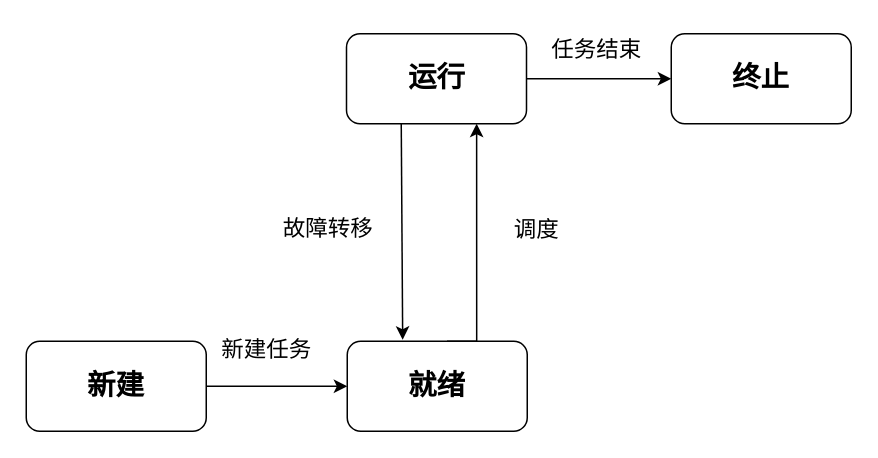
Above: 任务状态图.drawio in tianshengdiwangK/common (draw.io), before the change. Source tidied: cells renumbered, new cells numbered last; positions are measured from the earlier drawing's top-left corner, leaving out a move shared by most shapes. Both pictures are drawn from the tidied source at 150%, with x=0, y=0 at pixel (26, 26).
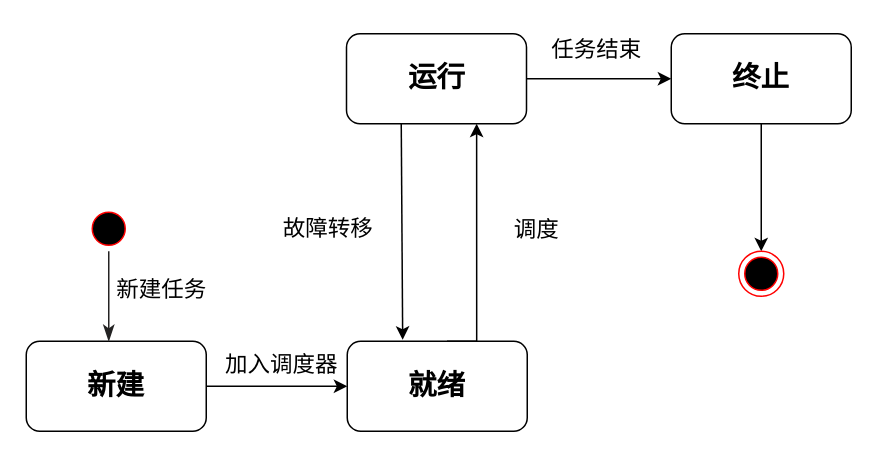
The same diagram, later.

Commit message:
更新任务状态图.drawio

Unchanged cells that the change refers to:
```xml
<mxCell id="8" value="&lt;b&gt;&lt;font style=&quot;font-size: 19px;&quot;&gt;终止&lt;/font&gt;&lt;/b&gt;" style="rounded=1;whiteSpace=wrap;html=1;" parent="1" vertex="1">
  <mxGeometry x="430" y="5" width="120" height="60" as="geometry" />
</mxCell>
```

The edit, as a diff of the source:
```diff
@@
+    <mxCell id="14" style="edgeStyle=orthogonalEdgeStyle;rounded=0;jettySize=auto;html=1;entryX=0.5;entryY=0;entryDx=0;entryDy=0;" parent="1" edge="1" source="8" target="17">
+      <mxGeometry relative="1" as="geometry" />
+    </mxCell>
@@
     <mxCell id="13" value="新建任务" style="text;html=1;align=center;verticalAlign=middle;strokeColor=none;fillColor=none;fontSize=15;" parent="1" vertex="1">
-      <mxGeometry x="120" y="200" width="80" height="30" as="geometry" />
+      <mxGeometry x="50" y="160" width="80" height="30" as="geometry" />
     </mxCell>
+    <mxCell id="15" style="ellipse;html=1;shape=startState;fillColor=#000000;strokeColor=#ff0000;" parent="1" vertex="1">
+      <mxGeometry x="40" y="120" width="30" height="30" as="geometry" />
+    </mxCell>
+    <mxCell id="16" style="edgeStyle=orthogonalEdgeStyle;html=1;verticalAlign=bottom;endArrow=classicThin;endSize=8;strokeColor=#242323;rounded=0;endFill=1;" parent="1" edge="1" source="15">
+      <mxGeometry relative="1" as="geometry">
+        <mxPoint x="55" y="210" as="targetPoint" />
+      </mxGeometry>
+    </mxCell>
+    <mxCell id="17" style="ellipse;html=1;shape=endState;fillColor=#000000;strokeColor=#ff0000;" parent="1" vertex="1">
+      <mxGeometry x="475" y="150" width="30" height="30" as="geometry" />
+    </mxCell>
+    <mxCell id="18" value="&lt;font style=&quot;font-size: 15px;&quot;&gt;加入调度器&lt;/font&gt;" style="text;html=1;align=center;verticalAlign=middle;strokeColor=none;fillColor=none;" parent="1" vertex="1">
+      <mxGeometry x="120" y="210" width="100" height="30" as="geometry" />
+    </mxCell>
```
